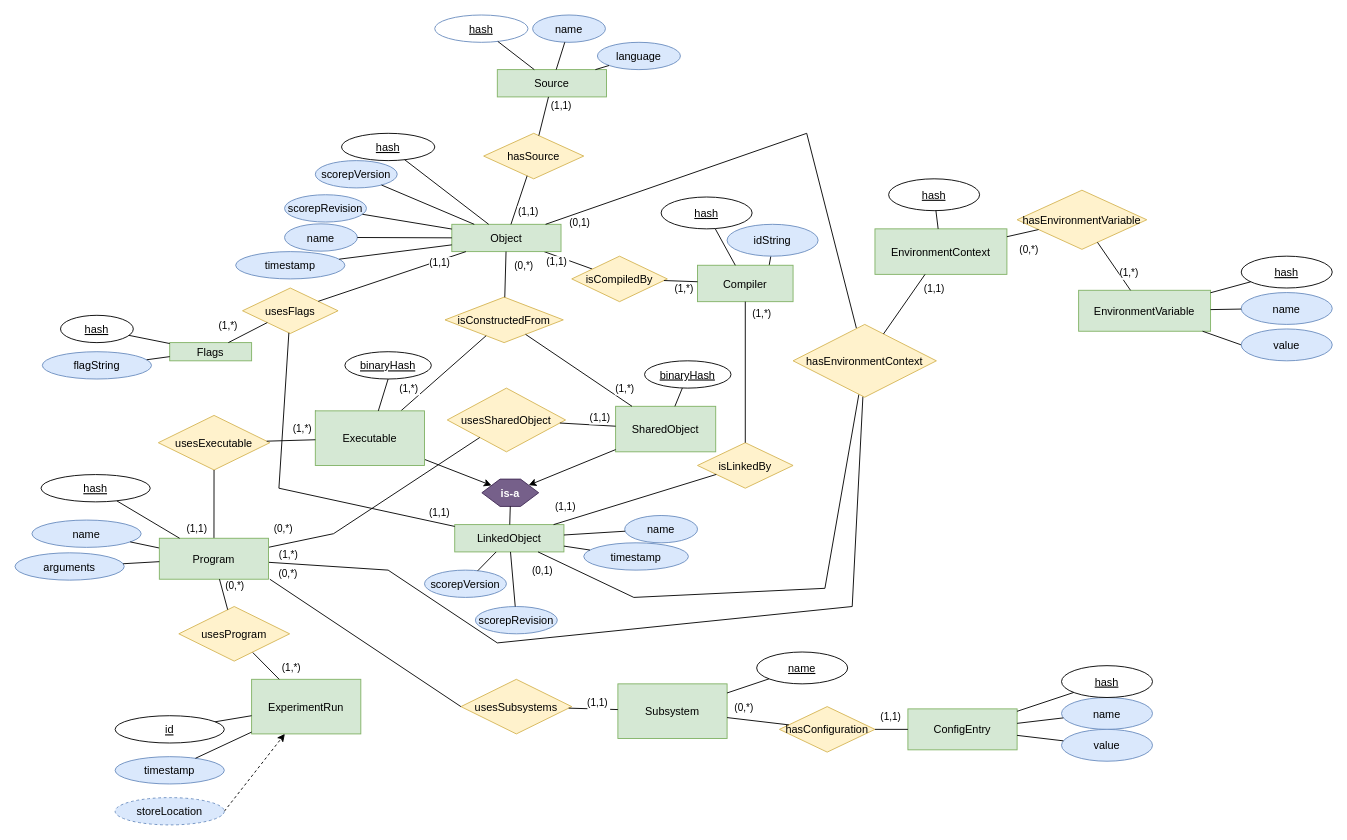
SCOREP-FAIR/scorep-fair.github.io keeps this draw.io diagram as schema/v0.1/scorep_metadata.drawio. Above is the earlier version. Source tidied: cells renumbered, new cells numbered last; positions are measured from the earlier drawing's top-left corner, leaving out a move shared by most shapes. Both pictures are drawn from the tidied source at 91%, with x=0, y=0 at pixel (15, 15).
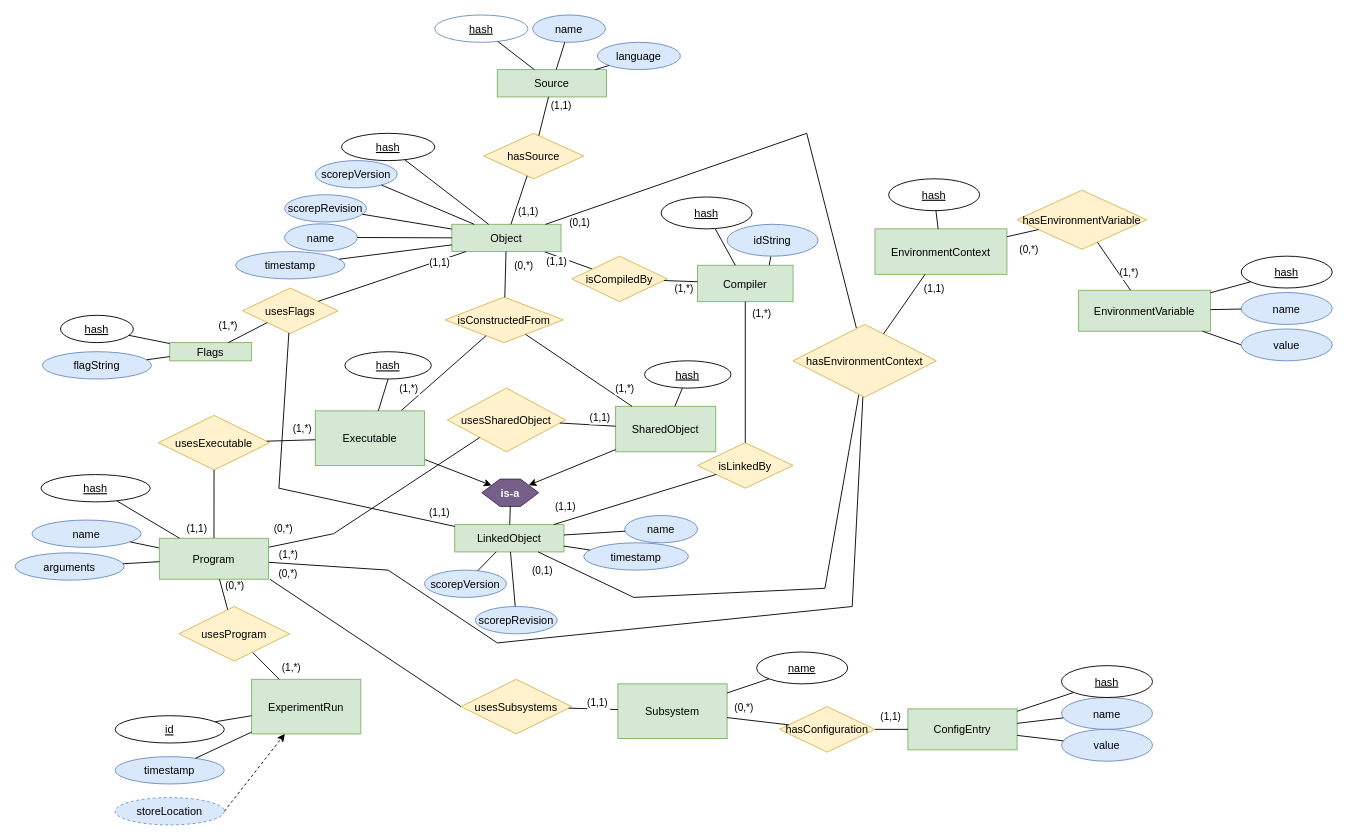
Above is the later version.

Commit message (it also covers changes not shown here):
Fix small oversight: binaryHash --> hash

Diff of the diagram source:
```diff
@@
-    <mxCell id="49" value="binaryHash" style="ellipse;fontStyle=4;" parent="1" vertex="1">
+    <mxCell id="49" value="hash" style="ellipse;fontStyle=4;" parent="1" vertex="1">
       <mxGeometry x="691.8" y="380" width="95" height="30" as="geometry" />
     </mxCell>
@@
-    <mxCell id="106" value="binaryHash" style="ellipse;fontStyle=4;" parent="1" vertex="1">
+    <mxCell id="106" value="hash" style="ellipse;fontStyle=4;" parent="1" vertex="1">
       <mxGeometry x="362.5" y="370" width="95" height="30" as="geometry" />
     </mxCell>
```
